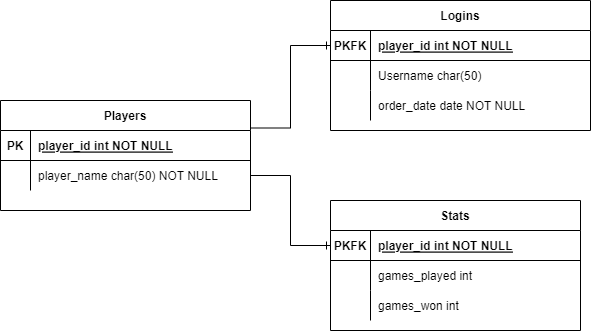
Olivervesth/KortKlubben keeps this draw.io diagram as Diagrammer/Database Diagram.drawio.png. Above is the earlier version. Source tidied: cells renumbered, new cells last; positions are measured from the earlier drawing's top-left corner, leaving out a move shared by most shapes.
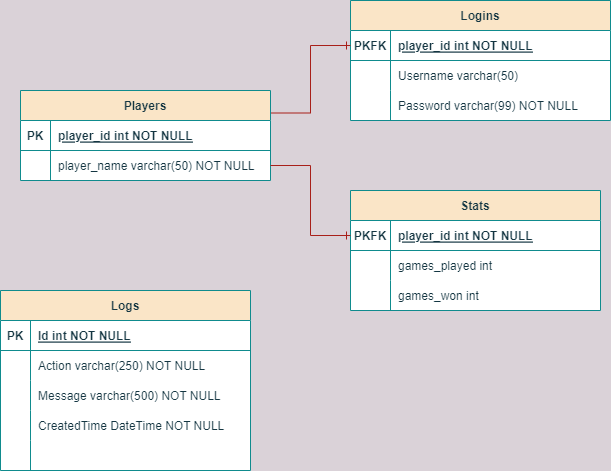
After the commit.

Diff of the diagram source:
```diff
@@ -1,93 +1,141 @@
-<mxGraphModel>
+<mxGraphModel background="#DAD2D8">
   <root>
     <mxCell id="0" />
     <mxCell id="1" parent="0" />
-    <mxCell id="2" value="Logins" style="shape=table;startSize=30;rowLines=0;fontStyle=1;align=center;" parent="1" vertex="1">
-      <mxGeometry x="330" width="260" height="130" as="geometry" />
+    <mxCell id="2" value="Logins" style="shape=table;startSize=30;rowLines=0;fontStyle=1;align=center;rounded=0;shadow=0;sketch=0;labelBackgroundColor=none;labelBorderColor=none;fillColor=#FAE5C7;swimlaneFillColor=default;strokeColor=#0F8B8D;fontColor=#143642;" parent="1" vertex="1">
+      <mxGeometry x="330" y="10" width="260" height="120" as="geometry" />
     </mxCell>
-    <mxCell id="3" style="shape=partialRectangle;fillColor=none;points=[[0,0.5],[1,0.5]];portConstraint=eastwest;top=0;left=0;right=0;bottom=1;" parent="2" vertex="1">
+    <mxCell id="3" style="shape=partialRectangle;fillColor=none;points=[[0,0.5],[1,0.5]];portConstraint=eastwest;top=0;left=0;right=0;bottom=1;strokeColor=#0F8B8D;fontColor=#143642;" parent="2" vertex="1">
       <mxGeometry y="30" width="260" height="30" as="geometry" />
     </mxCell>
-    <mxCell id="4" value="PKFK" style="shape=partialRectangle;overflow=hidden;fillColor=none;top=0;left=0;bottom=0;right=0;fontStyle=1;" parent="3" vertex="1">
+    <mxCell id="4" value="PKFK" style="shape=partialRectangle;overflow=hidden;fillColor=none;top=0;left=0;bottom=0;right=0;fontStyle=1;strokeColor=#0F8B8D;fontColor=#143642;" parent="3" vertex="1">
       <mxGeometry width="40" height="30" as="geometry" />
     </mxCell>
-    <mxCell id="5" value="player_id int NOT NULL " style="shape=partialRectangle;overflow=hidden;fillColor=none;top=0;left=0;bottom=0;right=0;align=left;spacingLeft=6;fontStyle=5;" parent="3" vertex="1">
+    <mxCell id="5" value="player_id int NOT NULL " style="shape=partialRectangle;overflow=hidden;fillColor=none;top=0;left=0;bottom=0;right=0;align=left;spacingLeft=6;fontStyle=5;strokeColor=#0F8B8D;fontColor=#143642;" parent="3" vertex="1">
       <mxGeometry x="40" width="220" height="30" as="geometry" />
     </mxCell>
-    <mxCell id="6" style="shape=partialRectangle;fillColor=none;top=0;left=0;right=0;bottom=0;" parent="2" vertex="1">
+    <mxCell id="6" style="shape=partialRectangle;fillColor=none;top=0;left=0;right=0;bottom=0;strokeColor=#0F8B8D;fontColor=#143642;" parent="2" vertex="1">
       <mxGeometry y="60" width="260" height="30" as="geometry" />
     </mxCell>
-    <mxCell id="7" style="shape=partialRectangle;overflow=hidden;fillColor=none;top=0;left=0;bottom=0;right=0;" parent="6" vertex="1">
+    <mxCell id="7" style="shape=partialRectangle;overflow=hidden;fillColor=none;top=0;left=0;bottom=0;right=0;strokeColor=#0F8B8D;fontColor=#143642;" parent="6" vertex="1">
       <mxGeometry width="40" height="30" as="geometry" />
     </mxCell>
-    <mxCell id="8" value="Username char(50)" style="shape=partialRectangle;overflow=hidden;fillColor=none;top=0;left=0;bottom=0;right=0;align=left;spacingLeft=6;" parent="6" vertex="1">
+    <mxCell id="8" value="Username varchar(50)" style="shape=partialRectangle;overflow=hidden;fillColor=none;top=0;left=0;bottom=0;right=0;align=left;spacingLeft=6;strokeColor=#0F8B8D;fontColor=#143642;" parent="6" vertex="1">
       <mxGeometry x="40" width="220" height="30" as="geometry" />
     </mxCell>
-    <mxCell id="9" style="shape=partialRectangle;fillColor=none;top=0;left=0;right=0;bottom=0;" parent="2" vertex="1">
+    <mxCell id="9" style="shape=partialRectangle;fillColor=none;top=0;left=0;right=0;bottom=0;strokeColor=#0F8B8D;fontColor=#143642;" parent="2" vertex="1">
       <mxGeometry y="90" width="260" height="30" as="geometry" />
     </mxCell>
-    <mxCell id="10" style="shape=partialRectangle;overflow=hidden;fillColor=none;top=0;left=0;bottom=0;right=0;" parent="9" vertex="1">
+    <mxCell id="10" style="shape=partialRectangle;overflow=hidden;fillColor=none;top=0;left=0;bottom=0;right=0;strokeColor=#0F8B8D;fontColor=#143642;" parent="9" vertex="1">
       <mxGeometry width="40" height="30" as="geometry" />
     </mxCell>
-    <mxCell id="11" value="order_date date NOT NULL" style="shape=partialRectangle;overflow=hidden;fillColor=none;top=0;left=0;bottom=0;right=0;align=left;spacingLeft=6;" parent="9" vertex="1">
+    <mxCell id="11" value="Password varchar(99) NOT NULL" style="shape=partialRectangle;overflow=hidden;fillColor=none;top=0;left=0;bottom=0;right=0;align=left;spacingLeft=6;strokeColor=#0F8B8D;fontColor=#143642;" parent="9" vertex="1">
       <mxGeometry x="40" width="220" height="30" as="geometry" />
     </mxCell>
-    <mxCell id="12" value="Stats" style="shape=table;startSize=30;rowLines=0;fontStyle=1;align=center;" parent="1" vertex="1">
-      <mxGeometry x="330" y="200" width="250" height="130" as="geometry" />
+    <mxCell id="12" value="Stats" style="shape=table;startSize=30;rowLines=0;fontStyle=1;align=center;rounded=0;shadow=0;sketch=0;labelBackgroundColor=none;labelBorderColor=none;swimlaneFillColor=default;fillColor=#FAE5C7;strokeColor=#0F8B8D;fontColor=#143642;" parent="1" vertex="1">
+      <mxGeometry x="330" y="200" width="250" height="120" as="geometry" />
     </mxCell>
-    <mxCell id="13" style="shape=partialRectangle;fillColor=none;points=[[0,0.5],[1,0.5]];portConstraint=eastwest;top=0;left=0;right=0;bottom=1;" parent="12" vertex="1">
+    <mxCell id="13" style="shape=partialRectangle;fillColor=none;points=[[0,0.5],[1,0.5]];portConstraint=eastwest;top=0;left=0;right=0;bottom=1;strokeColor=#0F8B8D;fontColor=#143642;" parent="12" vertex="1">
       <mxGeometry y="30" width="250" height="30" as="geometry" />
     </mxCell>
-    <mxCell id="14" value="PKFK" style="shape=partialRectangle;overflow=hidden;fillColor=none;top=0;left=0;bottom=0;right=0;fontStyle=1;" parent="13" vertex="1">
+    <mxCell id="14" value="PKFK" style="shape=partialRectangle;overflow=hidden;fillColor=none;top=0;left=0;bottom=0;right=0;fontStyle=1;strokeColor=#0F8B8D;fontColor=#143642;" parent="13" vertex="1">
       <mxGeometry width="40" height="30" as="geometry" />
     </mxCell>
-    <mxCell id="15" value="player_id int NOT NULL " style="shape=partialRectangle;overflow=hidden;fillColor=none;top=0;left=0;bottom=0;right=0;align=left;spacingLeft=6;fontStyle=5;" parent="13" vertex="1">
+    <mxCell id="15" value="player_id int NOT NULL " style="shape=partialRectangle;overflow=hidden;fillColor=none;top=0;left=0;bottom=0;right=0;align=left;spacingLeft=6;fontStyle=5;strokeColor=#0F8B8D;fontColor=#143642;" parent="13" vertex="1">
       <mxGeometry x="40" width="210" height="30" as="geometry" />
     </mxCell>
-    <mxCell id="16" style="shape=partialRectangle;fillColor=none;top=0;left=0;right=0;bottom=0;" parent="12" vertex="1">
+    <mxCell id="16" style="shape=partialRectangle;fillColor=none;top=0;left=0;right=0;bottom=0;strokeColor=#0F8B8D;fontColor=#143642;" parent="12" vertex="1">
       <mxGeometry y="60" width="250" height="30" as="geometry" />
     </mxCell>
-    <mxCell id="17" style="shape=partialRectangle;overflow=hidden;fillColor=none;top=0;left=0;bottom=0;right=0;" parent="16" vertex="1">
+    <mxCell id="17" style="shape=partialRectangle;overflow=hidden;fillColor=none;top=0;left=0;bottom=0;right=0;strokeColor=#0F8B8D;fontColor=#143642;" parent="16" vertex="1">
       <mxGeometry width="40" height="30" as="geometry" />
     </mxCell>
-    <mxCell id="18" value="games_played int " style="shape=partialRectangle;overflow=hidden;fillColor=none;top=0;left=0;bottom=0;right=0;align=left;spacingLeft=6;" parent="16" vertex="1">
+    <mxCell id="18" value="games_played int " style="shape=partialRectangle;overflow=hidden;fillColor=none;top=0;left=0;bottom=0;right=0;align=left;spacingLeft=6;strokeColor=#0F8B8D;fontColor=#143642;" parent="16" vertex="1">
       <mxGeometry x="40" width="210" height="30" as="geometry" />
     </mxCell>
-    <mxCell id="19" style="shape=partialRectangle;fillColor=none;top=0;left=0;right=0;bottom=0;" parent="12" vertex="1">
+    <mxCell id="19" style="shape=partialRectangle;fillColor=none;top=0;left=0;right=0;bottom=0;strokeColor=#0F8B8D;fontColor=#143642;" parent="12" vertex="1">
       <mxGeometry y="90" width="250" height="30" as="geometry" />
     </mxCell>
-    <mxCell id="20" style="shape=partialRectangle;overflow=hidden;fillColor=none;top=0;left=0;bottom=0;right=0;" parent="19" vertex="1">
+    <mxCell id="20" style="shape=partialRectangle;overflow=hidden;fillColor=none;top=0;left=0;bottom=0;right=0;strokeColor=#0F8B8D;fontColor=#143642;" parent="19" vertex="1">
       <mxGeometry width="40" height="30" as="geometry" />
     </mxCell>
-    <mxCell id="21" value="games_won int" style="shape=partialRectangle;overflow=hidden;fillColor=none;top=0;left=0;bottom=0;right=0;align=left;spacingLeft=6;" parent="19" vertex="1">
+    <mxCell id="21" value="games_won int" style="shape=partialRectangle;overflow=hidden;fillColor=none;top=0;left=0;bottom=0;right=0;align=left;spacingLeft=6;strokeColor=#0F8B8D;fontColor=#143642;" parent="19" vertex="1">
       <mxGeometry x="40" width="210" height="30" as="geometry" />
     </mxCell>
-    <mxCell id="22" style="edgeStyle=orthogonalEdgeStyle;rounded=0;jettySize=auto;html=1;exitX=1;exitY=0.25;exitDx=0;exitDy=0;endArrow=ERone;endFill=0;" parent="1" edge="1" source="23" target="3">
+    <mxCell id="22" style="edgeStyle=orthogonalEdgeStyle;rounded=0;jettySize=auto;html=1;exitX=1;exitY=0.25;exitDx=0;exitDy=0;endArrow=ERone;endFill=0;labelBackgroundColor=#DAD2D8;strokeColor=#A8201A;fontColor=#143642;" parent="1" edge="1" source="23" target="3">
       <mxGeometry relative="1" as="geometry" />
     </mxCell>
-    <mxCell id="23" value="Players" style="shape=table;startSize=30;rowLines=0;fontStyle=1;align=center;" parent="1" vertex="1">
-      <mxGeometry y="100" width="250" height="110" as="geometry" />
+    <mxCell id="23" value="Players" style="shape=table;startSize=30;rowLines=0;fontStyle=1;align=center;rounded=0;shadow=0;sketch=0;labelBackgroundColor=none;labelBorderColor=none;swimlaneFillColor=default;fillColor=#FAE5C7;strokeColor=#0F8B8D;fontColor=#143642;" parent="1" vertex="1">
+      <mxGeometry y="100" width="250" height="90" as="geometry" />
     </mxCell>
-    <mxCell id="24" style="shape=partialRectangle;fillColor=none;top=0;left=0;right=0;bottom=1;" parent="23" vertex="1">
+    <mxCell id="24" style="shape=partialRectangle;fillColor=none;top=0;left=0;right=0;bottom=1;strokeColor=#0F8B8D;fontColor=#143642;" parent="23" vertex="1">
       <mxGeometry y="30" width="250" height="30" as="geometry" />
     </mxCell>
-    <mxCell id="25" value="PK" style="shape=partialRectangle;overflow=hidden;fillColor=none;top=0;left=0;bottom=0;right=0;fontStyle=1;" parent="24" vertex="1">
+    <mxCell id="25" value="PK" style="shape=partialRectangle;overflow=hidden;fillColor=none;top=0;left=0;bottom=0;right=0;fontStyle=1;strokeColor=#0F8B8D;fontColor=#143642;" parent="24" vertex="1">
       <mxGeometry width="30" height="30" as="geometry" />
     </mxCell>
-    <mxCell id="26" value="player_id int NOT NULL" style="shape=partialRectangle;overflow=hidden;fillColor=none;top=0;left=0;bottom=0;right=0;align=left;spacingLeft=6;fontStyle=5;" parent="24" vertex="1">
+    <mxCell id="26" value="player_id int NOT NULL" style="shape=partialRectangle;overflow=hidden;fillColor=none;top=0;left=0;bottom=0;right=0;align=left;spacingLeft=6;fontStyle=5;strokeColor=#0F8B8D;fontColor=#143642;" parent="24" vertex="1">
       <mxGeometry x="30" width="220" height="30" as="geometry" />
     </mxCell>
-    <mxCell id="27" style="shape=partialRectangle;fillColor=none;points=[[0,0.5],[1,0.5]];portConstraint=eastwest;top=0;left=0;right=0;bottom=0;" parent="23" vertex="1">
+    <mxCell id="27" style="shape=partialRectangle;fillColor=none;points=[[0,0.5],[1,0.5]];portConstraint=eastwest;top=0;left=0;right=0;bottom=0;strokeColor=#0F8B8D;fontColor=#143642;" parent="23" vertex="1">
       <mxGeometry y="60" width="250" height="30" as="geometry" />
     </mxCell>
-    <mxCell id="28" style="shape=partialRectangle;overflow=hidden;fillColor=none;top=0;left=0;bottom=0;right=0;" parent="27" vertex="1">
+    <mxCell id="28" style="shape=partialRectangle;overflow=hidden;fillColor=none;top=0;left=0;bottom=0;right=0;strokeColor=#0F8B8D;fontColor=#143642;" parent="27" vertex="1">
       <mxGeometry width="30" height="30" as="geometry" />
     </mxCell>
-    <mxCell id="29" value="player_name char(50) NOT NULL" style="shape=partialRectangle;overflow=hidden;fillColor=none;top=0;left=0;bottom=0;right=0;align=left;spacingLeft=6;" parent="27" vertex="1">
+    <mxCell id="29" value="player_name varchar(50) NOT NULL" style="shape=partialRectangle;overflow=hidden;fillColor=none;top=0;left=0;bottom=0;right=0;align=left;spacingLeft=6;strokeColor=#0F8B8D;fontColor=#143642;" parent="27" vertex="1">
       <mxGeometry x="30" width="220" height="30" as="geometry" />
     </mxCell>
-    <mxCell id="30" style="edgeStyle=orthogonalEdgeStyle;rounded=0;jettySize=auto;html=1;entryX=0;entryY=0.5;entryDx=0;entryDy=0;endArrow=ERone;endFill=0;" parent="1" edge="1" source="27" target="13">
+    <mxCell id="30" style="edgeStyle=orthogonalEdgeStyle;rounded=0;jettySize=auto;html=1;entryX=0;entryY=0.5;entryDx=0;entryDy=0;endArrow=ERone;endFill=0;labelBackgroundColor=#DAD2D8;strokeColor=#A8201A;fontColor=#143642;" parent="1" edge="1" source="27" target="13">
       <mxGeometry relative="1" as="geometry" />
     </mxCell>
+    <mxCell id="31" value="Logs" style="shape=table;startSize=30;rowLines=0;fontStyle=1;align=center;rounded=0;shadow=0;sketch=0;labelBackgroundColor=none;labelBorderColor=none;swimlaneFillColor=default;fillColor=#FAE5C7;strokeColor=#0F8B8D;fontColor=#143642;" parent="1" vertex="1">
+      <mxGeometry x="-20" y="300" width="250" height="180" as="geometry" />
+    </mxCell>
+    <mxCell id="32" style="shape=partialRectangle;fillColor=none;top=0;left=0;right=0;bottom=1;strokeColor=#0F8B8D;fontColor=#143642;" parent="31" vertex="1">
+      <mxGeometry y="30" width="250" height="30" as="geometry" />
+    </mxCell>
+    <mxCell id="33" value="PK" style="shape=partialRectangle;overflow=hidden;fillColor=none;top=0;left=0;bottom=0;right=0;fontStyle=1;strokeColor=#0F8B8D;fontColor=#143642;" parent="32" vertex="1">
+      <mxGeometry width="30" height="30" as="geometry" />
+    </mxCell>
+    <mxCell id="34" value="Id int NOT NULL" style="shape=partialRectangle;overflow=hidden;fillColor=none;top=0;left=0;bottom=0;right=0;align=left;spacingLeft=6;fontStyle=5;strokeColor=#0F8B8D;fontColor=#143642;" parent="32" vertex="1">
+      <mxGeometry x="30" width="220" height="30" as="geometry" />
+    </mxCell>
+    <mxCell id="35" style="shape=partialRectangle;fillColor=none;top=0;left=0;right=0;bottom=0;strokeColor=#0F8B8D;fontColor=#143642;" parent="31" vertex="1">
+      <mxGeometry y="60" width="250" height="30" as="geometry" />
+    </mxCell>
+    <mxCell id="36" style="shape=partialRectangle;overflow=hidden;fillColor=none;top=0;left=0;bottom=0;right=0;strokeColor=#0F8B8D;fontColor=#143642;" parent="35" vertex="1">
+      <mxGeometry width="30" height="30" as="geometry" />
+    </mxCell>
+    <mxCell id="37" value="Action varchar(250) NOT NULL" style="shape=partialRectangle;overflow=hidden;fillColor=none;top=0;left=0;bottom=0;right=0;align=left;spacingLeft=6;strokeColor=#0F8B8D;fontColor=#143642;" parent="35" vertex="1">
+      <mxGeometry x="30" width="220" height="30" as="geometry" />
+    </mxCell>
+    <mxCell id="38" style="shape=partialRectangle;fillColor=none;top=0;left=0;right=0;bottom=0;strokeColor=#0F8B8D;fontColor=#143642;" parent="31" vertex="1">
+      <mxGeometry y="90" width="250" height="30" as="geometry" />
+    </mxCell>
+    <mxCell id="39" style="shape=partialRectangle;overflow=hidden;fillColor=none;top=0;left=0;bottom=0;right=0;strokeColor=#0F8B8D;fontColor=#143642;" parent="38" vertex="1">
+      <mxGeometry width="30" height="30" as="geometry" />
+    </mxCell>
+    <mxCell id="40" value="Message varchar(500) NOT NULL" style="shape=partialRectangle;overflow=hidden;fillColor=none;top=0;left=0;bottom=0;right=0;align=left;spacingLeft=6;strokeColor=#0F8B8D;fontColor=#143642;" parent="38" vertex="1">
+      <mxGeometry x="30" width="220" height="30" as="geometry" />
+    </mxCell>
+    <mxCell id="41" style="shape=partialRectangle;fillColor=none;top=0;left=0;right=0;bottom=0;strokeColor=#0F8B8D;fontColor=#143642;" parent="31" vertex="1">
+      <mxGeometry y="120" width="250" height="30" as="geometry" />
+    </mxCell>
+    <mxCell id="42" style="shape=partialRectangle;overflow=hidden;fillColor=none;top=0;left=0;bottom=0;right=0;strokeColor=#0F8B8D;fontColor=#143642;" parent="41" vertex="1">
+      <mxGeometry width="30" height="30" as="geometry" />
+    </mxCell>
+    <mxCell id="43" value="CreatedTime DateTime NOT NULL" style="shape=partialRectangle;overflow=hidden;fillColor=none;top=0;left=0;bottom=0;right=0;align=left;spacingLeft=6;strokeColor=#0F8B8D;fontColor=#143642;" parent="41" vertex="1">
+      <mxGeometry x="30" width="220" height="30" as="geometry" />
+    </mxCell>
+    <mxCell id="44" style="shape=partialRectangle;fillColor=none;top=0;left=0;right=0;bottom=0;strokeColor=#0F8B8D;fontColor=#143642;" parent="31" vertex="1">
+      <mxGeometry y="150" width="250" height="30" as="geometry" />
+    </mxCell>
+    <mxCell id="45" style="shape=partialRectangle;overflow=hidden;fillColor=none;top=0;left=0;bottom=0;right=0;strokeColor=#0F8B8D;fontColor=#143642;" parent="44" vertex="1">
+      <mxGeometry width="30" height="30" as="geometry" />
+    </mxCell>
+    <mxCell id="46" style="shape=partialRectangle;overflow=hidden;fillColor=none;top=0;left=0;bottom=0;right=0;align=left;spacingLeft=6;strokeColor=#0F8B8D;fontColor=#143642;" parent="44" vertex="1">
+      <mxGeometry x="30" width="220" height="30" as="geometry" />
+    </mxCell>
   </root>
 </mxGraphModel>
```
